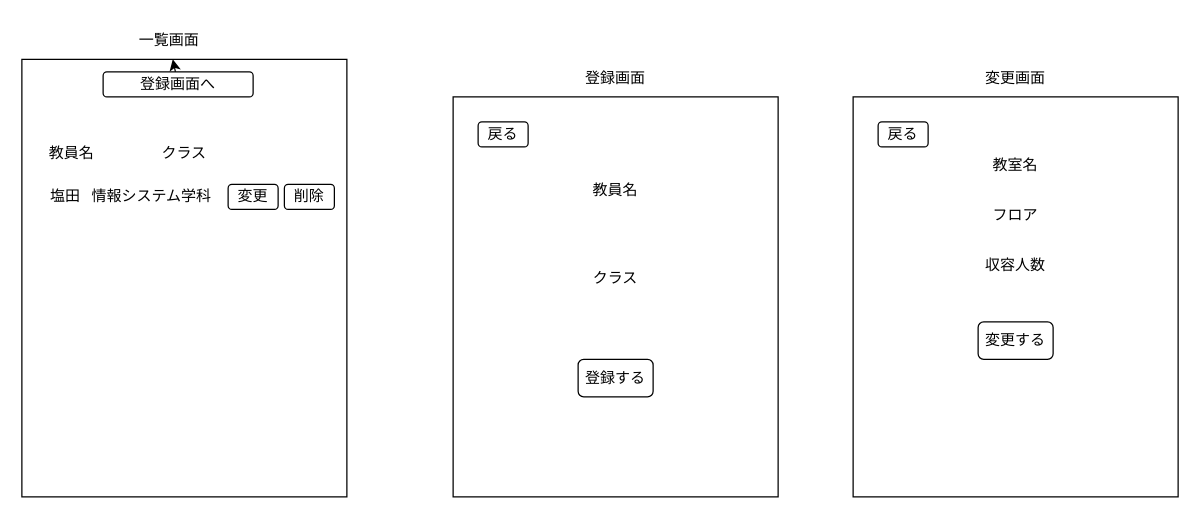
The draw.io diagram page "教員&クラス機能" (3 of 3) of doc/要件定義/設計書/画面構成図.drawio in kotani1/timetable, before the edit. Source tidied: cells renumbered, new cells numbered last; positions are measured from the earlier drawing's top-left corner, leaving out a move shared by most shapes. Both pictures are drawn from the tidied source at 125%, with x=0, y=0 at pixel (21, 21).
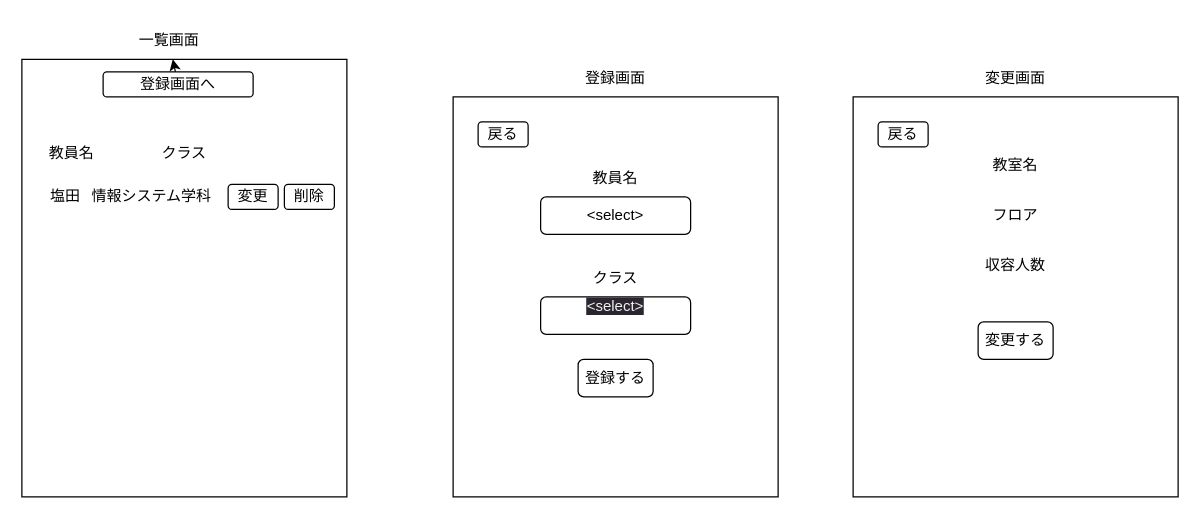
The same diagram, later.

What changed in the source:
```diff
@@
     <mxCell id="20" value="教員名" style="text;html=1;strokeColor=none;fillColor=none;align=center;verticalAlign=middle;whiteSpace=wrap;rounded=0;" parent="1" vertex="1">
-      <mxGeometry x="440" y="120" width="70" height="30" as="geometry" />
+      <mxGeometry x="440" y="110" width="70" height="30" as="geometry" />
     </mxCell>
@@
+    <mxCell id="25" value="&amp;lt;select&amp;gt;" style="rounded=1;whiteSpace=wrap;html=1;" parent="1" vertex="1">
+      <mxGeometry x="415" y="140" width="120" height="30" as="geometry" />
+    </mxCell>
+    <mxCell id="26" value="&#10;&lt;span style=&quot;color: rgb(240, 240, 240); font-family: Helvetica; font-size: 12px; font-style: normal; font-variant-ligatures: normal; font-variant-caps: normal; font-weight: 400; letter-spacing: normal; orphans: 2; text-align: center; text-indent: 0px; text-transform: none; widows: 2; word-spacing: 0px; -webkit-text-stroke-width: 0px; background-color: rgb(42, 37, 47); text-decoration-thickness: initial; text-decoration-style: initial; text-decoration-color: initial; float: none; display: inline !important;&quot;&gt;&amp;lt;select&amp;gt;&lt;/span&gt;&#10;&#10;" style="rounded=1;whiteSpace=wrap;html=1;" parent="1" vertex="1">
+      <mxGeometry x="415" y="220" width="120" height="30" as="geometry" />
+    </mxCell>
```
